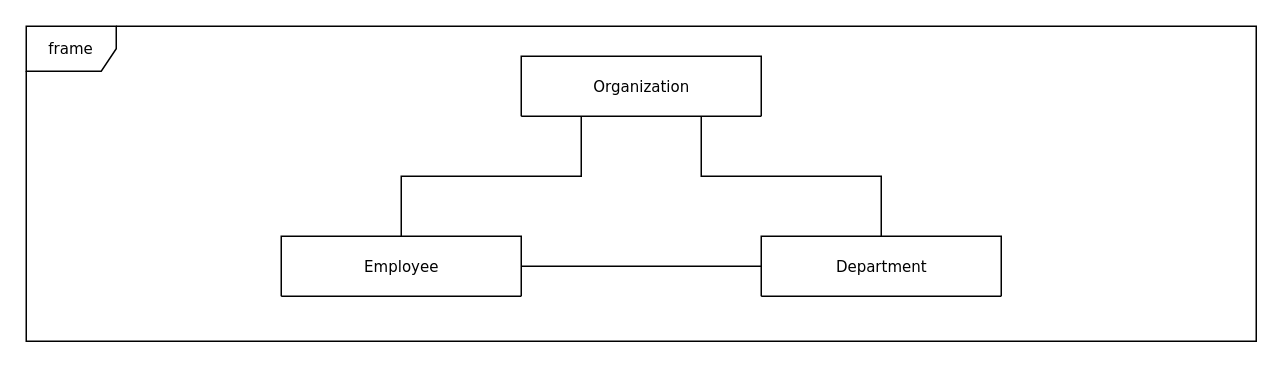
The draw.io diagram Question 2a Diagram.drawio in jjleneve/COIS2240A1, before the edit. Source tidied: cells renumbered, new cells numbered last; positions are measured from the earlier drawing's top-left corner, leaving out a move shared by most shapes. Both pictures are drawn from the tidied source at 150%, with x=0, y=0 at pixel (26, 26).
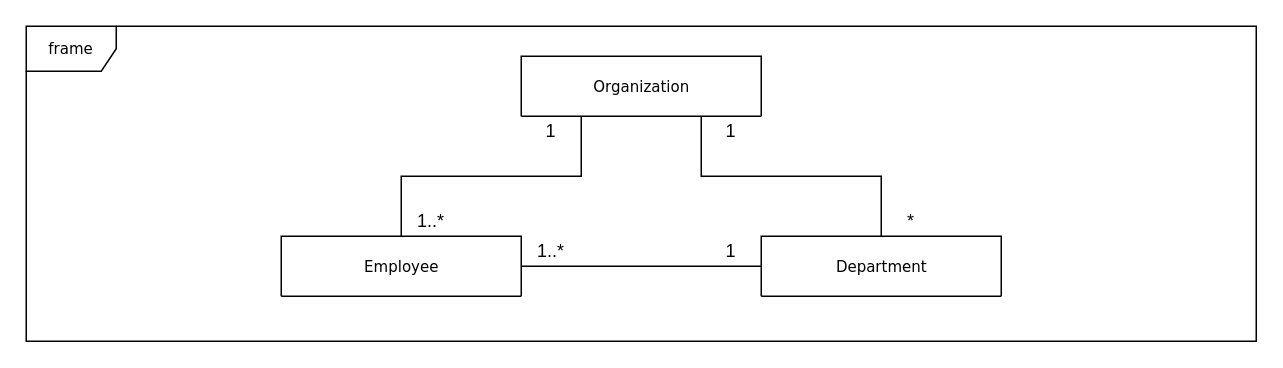
Above is the later version.

Diff of the diagram source:
```diff
@@
 <mxGraphModel>
   <root>
     <mxCell id="0" />
     <mxCell id="1" parent="0" />
     <mxCell id="2" value="frame" style="shape=umlFrame;whiteSpace=wrap;html=1;rounded=0;shadow=0;comic=0;labelBackgroundColor=none;strokeWidth=1;fontFamily=Verdana;fontSize=10;align=center;" parent="1" vertex="1">
       <mxGeometry width="820" height="210" as="geometry" />
     </mxCell>
     <mxCell id="3" value="Organization" style="swimlane;html=1;fontStyle=0;horizontal=1;startSize=40;fillColor=none;swimlaneFillColor=#ffffff;rounded=0;shadow=0;comic=0;labelBackgroundColor=none;strokeWidth=1;fontFamily=Verdana;fontSize=10;align=center;" parent="1" vertex="1">
       <mxGeometry x="330" y="20" width="160" height="40" as="geometry" />
     </mxCell>
     <mxCell id="4" style="edgeStyle=orthogonalEdgeStyle;rounded=0;jettySize=auto;html=1;exitX=0.5;exitY=0;exitDx=0;exitDy=0;entryX=0.25;entryY=1;entryDx=0;entryDy=0;endArrow=none;endFill=0;" parent="1" edge="1" source="6" target="3">
       <mxGeometry relative="1" as="geometry" />
     </mxCell>
     <mxCell id="5" style="edgeStyle=orthogonalEdgeStyle;rounded=0;jettySize=auto;html=1;exitX=1;exitY=0.5;exitDx=0;exitDy=0;entryX=0;entryY=0.5;entryDx=0;entryDy=0;endArrow=none;endFill=0;" parent="1" edge="1" source="6" target="8">
       <mxGeometry relative="1" as="geometry" />
     </mxCell>
     <mxCell id="6" value="Employee" style="swimlane;html=1;fontStyle=0;horizontal=1;startSize=110;fillColor=none;swimlaneFillColor=#ffffff;rounded=0;shadow=0;comic=0;labelBackgroundColor=none;strokeWidth=1;fontFamily=Verdana;fontSize=10;align=center;" parent="1" vertex="1">
       <mxGeometry x="170" y="140" width="160" height="40" as="geometry" />
     </mxCell>
     <mxCell id="7" style="edgeStyle=orthogonalEdgeStyle;rounded=0;jettySize=auto;html=1;exitX=0.5;exitY=0;exitDx=0;exitDy=0;entryX=0.75;entryY=1;entryDx=0;entryDy=0;entryPerimeter=0;endArrow=none;endFill=0;" parent="1" edge="1" source="8" target="3">
       <mxGeometry relative="1" as="geometry" />
     </mxCell>
     <mxCell id="8" value="Department" style="swimlane;html=1;fontStyle=0;horizontal=1;startSize=83;fillColor=none;swimlaneFillColor=#ffffff;rounded=0;shadow=0;comic=0;labelBackgroundColor=none;strokeWidth=1;fontFamily=Verdana;fontSize=10;align=center;" parent="1" vertex="1">
       <mxGeometry x="490" y="140" width="160" height="40" as="geometry" />
     </mxCell>
+    <mxCell id="9" value="1" style="text;html=1;strokeColor=none;fillColor=none;align=center;verticalAlign=middle;whiteSpace=wrap;rounded=0;" parent="1" vertex="1">
+      <mxGeometry x="450" y="140" width="40" height="20" as="geometry" />
+    </mxCell>
+    <mxCell id="10" value="1" style="text;html=1;strokeColor=none;fillColor=none;align=center;verticalAlign=middle;whiteSpace=wrap;rounded=0;" parent="1" vertex="1">
+      <mxGeometry x="330" y="60" width="40" height="20" as="geometry" />
+    </mxCell>
+    <mxCell id="11" value="1..*" style="text;html=1;strokeColor=none;fillColor=none;align=center;verticalAlign=middle;whiteSpace=wrap;rounded=0;" parent="1" vertex="1">
+      <mxGeometry x="250" y="120" width="40" height="20" as="geometry" />
+    </mxCell>
+    <mxCell id="12" value="1..*" style="text;html=1;strokeColor=none;fillColor=none;align=center;verticalAlign=middle;whiteSpace=wrap;rounded=0;" parent="1" vertex="1">
+      <mxGeometry x="330" y="140" width="40" height="20" as="geometry" />
+    </mxCell>
+    <mxCell id="13" value="1" style="text;html=1;strokeColor=none;fillColor=none;align=center;verticalAlign=middle;whiteSpace=wrap;rounded=0;" parent="1" vertex="1">
+      <mxGeometry x="450" y="60" width="40" height="20" as="geometry" />
+    </mxCell>
+    <mxCell id="14" value="*" style="text;html=1;strokeColor=none;fillColor=none;align=center;verticalAlign=middle;whiteSpace=wrap;rounded=0;" parent="1" vertex="1">
+      <mxGeometry x="570" y="120" width="40" height="20" as="geometry" />
+    </mxCell>
   </root>
 </mxGraphModel>
```
